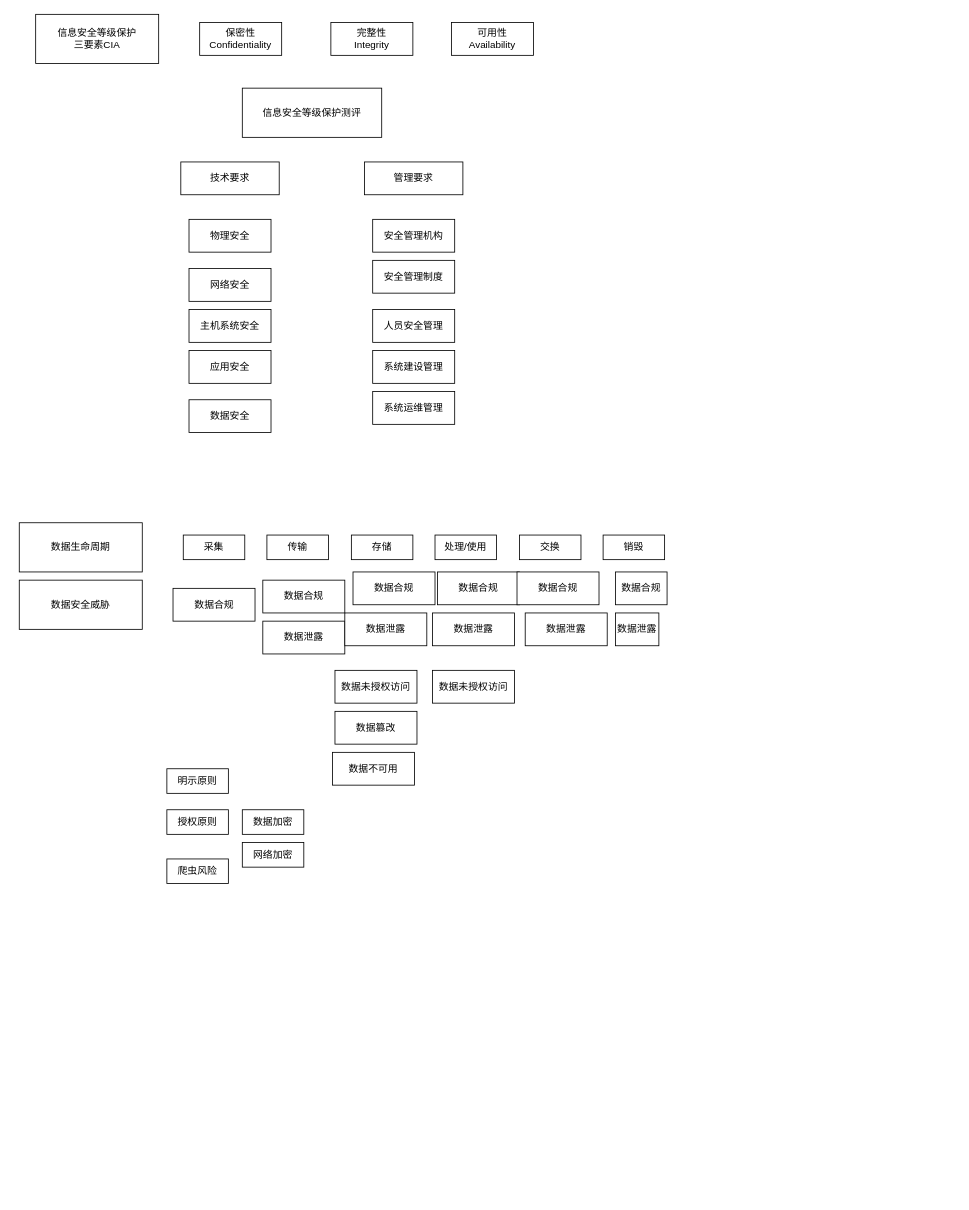
This is 数据安全.drawio from xingzhihe/hello-world, a draw.io file, before an edit. Source tidied: cells renumbered, new cells numbered last; positions are measured from the earlier drawing's top-left corner, leaving out a move shared by most shapes. Both pictures are drawn from the tidied source at 82%, with x=0, y=0 at pixel (19, 14).
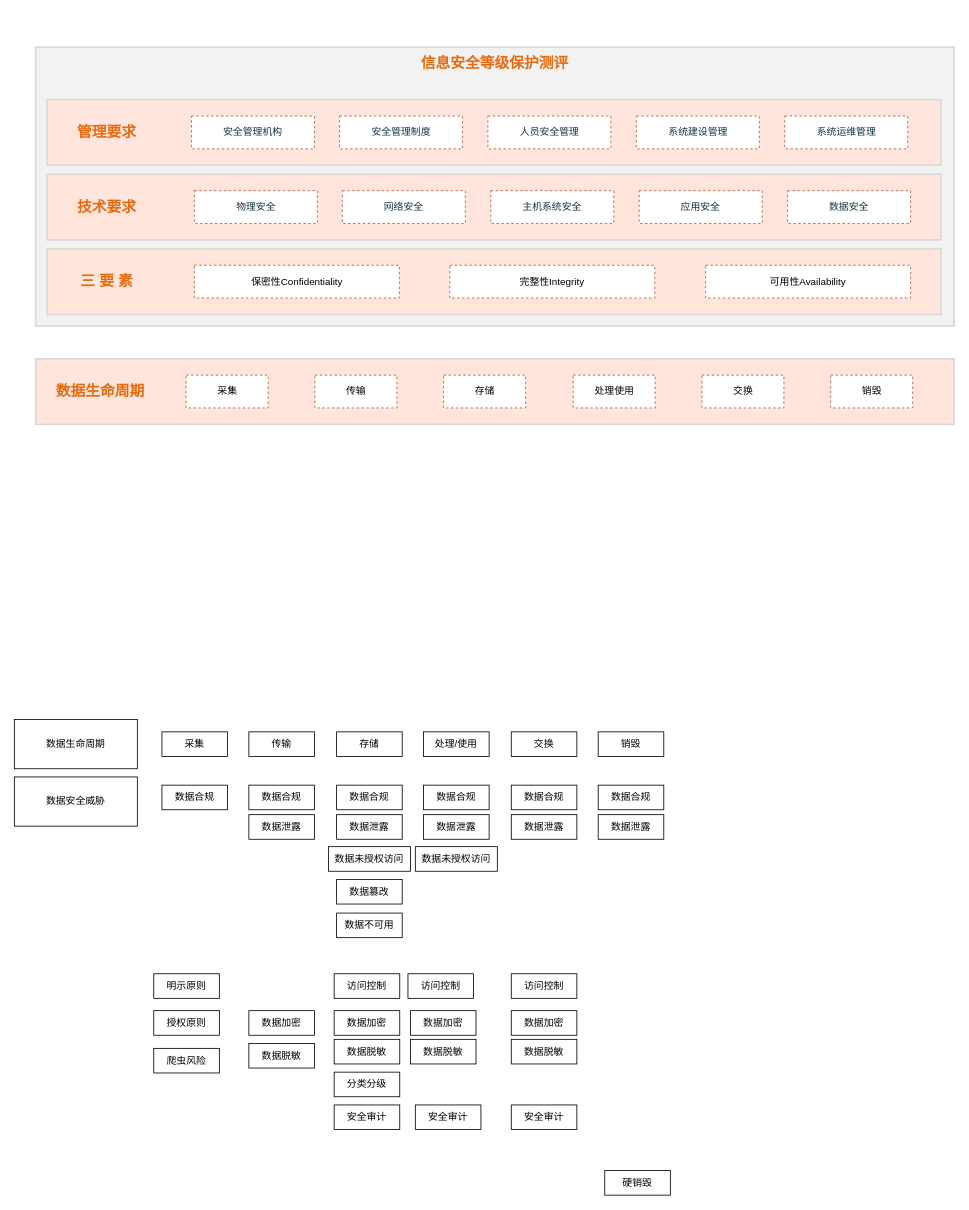
Above is the later version.

Commit message:
更新数据安全.drawio

Diff of the diagram source:
```diff
@@
+    <mxCell id="47" style="whiteSpace=wrap;html=1;fillColor=#FFE5DB;strokeColor=#D9D9D9;fontSize=18;fontStyle=1;fontColor=#143642;strokeWidth=2;" parent="1" vertex="1">
+      <mxGeometry x="20" y="420" width="1120" height="80" as="geometry" />
+    </mxCell>
+    <mxCell id="48" style="whiteSpace=wrap;html=1;fontSize=18;fontStyle=1;strokeWidth=2;fillColor=#F2F2F2;strokeColor=#D9D9D9;" parent="1" vertex="1">
+      <mxGeometry x="20" y="40" width="1120" height="340" as="geometry" />
+    </mxCell>
     <mxCell id="2" value="数据生命周期" style="rounded=0;whiteSpace=wrap;html=1;" parent="1" vertex="1">
-      <mxGeometry y="620" width="150" height="60" as="geometry" />
+      <mxGeometry x="-6" y="860" width="150" height="60" as="geometry" />
     </mxCell>
     <mxCell id="3" value="采集" style="rounded=0;whiteSpace=wrap;html=1;" parent="1" vertex="1">
-      <mxGeometry x="200" y="635" width="75" height="30" as="geometry" />
+      <mxGeometry x="174" y="875" width="80" height="30" as="geometry" />
     </mxCell>
     <mxCell id="4" value="传输" style="rounded=0;whiteSpace=wrap;html=1;" parent="1" vertex="1">
-      <mxGeometry x="302" y="635" width="75" height="30" as="geometry" />
+      <mxGeometry x="280" y="875" width="80" height="30" as="geometry" />
     </mxCell>
     <mxCell id="5" value="存储" style="rounded=0;whiteSpace=wrap;html=1;" parent="1" vertex="1">
-      <mxGeometry x="405" y="635" width="75" height="30" as="geometry" />
+      <mxGeometry x="387" y="875" width="80" height="30" as="geometry" />
     </mxCell>
     <mxCell id="6" value="处理/使用" style="rounded=0;whiteSpace=wrap;html=1;" parent="1" vertex="1">
-      <mxGeometry x="507" y="635" width="75" height="30" as="geometry" />
+      <mxGeometry x="493" y="875" width="80" height="30" as="geometry" />
     </mxCell>
     <mxCell id="7" value="交换" style="rounded=0;whiteSpace=wrap;html=1;" parent="1" vertex="1">
-      <mxGeometry x="610" y="635" width="75" height="30" as="geometry" />
+      <mxGeometry x="600" y="875" width="80" height="30" as="geometry" />
     </mxCell>
     <mxCell id="8" value="销毁" style="rounded=0;whiteSpace=wrap;html=1;" parent="1" vertex="1">
-      <mxGeometry x="712" y="635" width="75" height="30" as="geometry" />
+      <mxGeometry x="706" y="875" width="80" height="30" as="geometry" />
     </mxCell>
-    <mxCell id="9" value="信息安全等级保护&lt;br&gt;三要素CIA" style="rounded=0;whiteSpace=wrap;html=1;" parent="1" vertex="1">
-      <mxGeometry x="20" width="150" height="60" as="geometry" />
-    </mxCell>
-    <mxCell id="10" value="保密性&lt;br&gt;Confidentiality" style="rounded=0;whiteSpace=wrap;html=1;" parent="1" vertex="1">
-      <mxGeometry x="220" y="10" width="100" height="40" as="geometry" />
-    </mxCell>
-    <mxCell id="11" value="完整性&lt;br&gt;Integrity" style="rounded=0;whiteSpace=wrap;html=1;" parent="1" vertex="1">
-      <mxGeometry x="380" y="10" width="100" height="40" as="geometry" />
-    </mxCell>
-    <mxCell id="12" value="可用性&lt;br&gt;Availability" style="rounded=0;whiteSpace=wrap;html=1;" parent="1" vertex="1">
-      <mxGeometry x="527" y="10" width="100" height="40" as="geometry" />
-    </mxCell>
     <mxCell id="13" value="数据安全威胁" style="rounded=0;whiteSpace=wrap;html=1;" parent="1" vertex="1">
-      <mxGeometry y="690" width="150" height="60" as="geometry" />
+      <mxGeometry x="-6" y="930" width="150" height="60" as="geometry" />
     </mxCell>
     <mxCell id="14" value="数据合规" style="rounded=0;whiteSpace=wrap;html=1;" parent="1" vertex="1">
-      <mxGeometry x="187.5" y="700" width="100" height="40" as="geometry" />
+      <mxGeometry x="174" y="940" width="80" height="30" as="geometry" />
     </mxCell>
     <mxCell id="15" value="数据不可用" style="rounded=0;whiteSpace=wrap;html=1;" parent="1" vertex="1">
-      <mxGeometry x="382" y="900" width="100" height="40" as="geometry" />
+      <mxGeometry x="387" y="1096" width="80" height="30" as="geometry" />
     </mxCell>
     <mxCell id="16" value="数据未授权访问" style="rounded=0;whiteSpace=wrap;html=1;" parent="1" vertex="1">
-      <mxGeometry x="385" y="800" width="100" height="40" as="geometry" />
+      <mxGeometry x="377" y="1015" width="100" height="30" as="geometry" />
     </mxCell>
     <mxCell id="17" value="数据泄露" style="rounded=0;whiteSpace=wrap;html=1;" parent="1" vertex="1">
-      <mxGeometry x="297" y="740" width="100" height="40" as="geometry" />
+      <mxGeometry x="280" y="976" width="80" height="30" as="geometry" />
     </mxCell>
     <mxCell id="18" value="数据篡改" style="rounded=0;whiteSpace=wrap;html=1;" parent="1" vertex="1">
-      <mxGeometry x="385" y="850" width="100" height="40" as="geometry" />
+      <mxGeometry x="387" y="1055" width="80" height="30" as="geometry" />
     </mxCell>
     <mxCell id="19" value="数据泄露" style="rounded=0;whiteSpace=wrap;html=1;" parent="1" vertex="1">
-      <mxGeometry x="397" y="730" width="100" height="40" as="geometry" />
+      <mxGeometry x="387" y="976" width="80" height="30" as="geometry" />
     </mxCell>
     <mxCell id="20" value="数据泄露" style="rounded=0;whiteSpace=wrap;html=1;" parent="1" vertex="1">
-      <mxGeometry x="504" y="730" width="100" height="40" as="geometry" />
+      <mxGeometry x="493" y="976" width="80" height="30" as="geometry" />
     </mxCell>
     <mxCell id="21" value="数据未授权访问" style="rounded=0;whiteSpace=wrap;html=1;" parent="1" vertex="1">
-      <mxGeometry x="504" y="800" width="100" height="40" as="geometry" />
+      <mxGeometry x="483" y="1015" width="100" height="30" as="geometry" />
     </mxCell>
     <mxCell id="22" value="数据泄露" style="rounded=0;whiteSpace=wrap;html=1;" parent="1" vertex="1">
-      <mxGeometry x="617" y="730" width="100" height="40" as="geometry" />
+      <mxGeometry x="600" y="976" width="80" height="30" as="geometry" />
     </mxCell>
     <mxCell id="23" value="数据泄露" style="rounded=0;whiteSpace=wrap;html=1;" parent="1" vertex="1">
-      <mxGeometry x="727" y="730" width="53" height="40" as="geometry" />
+      <mxGeometry x="706" y="976" width="80" height="30" as="geometry" />
     </mxCell>
     <mxCell id="24" value="数据合规" style="rounded=0;whiteSpace=wrap;html=1;" parent="1" vertex="1">
-      <mxGeometry x="297" y="690" width="100" height="40" as="geometry" />
+      <mxGeometry x="280" y="940" width="80" height="30" as="geometry" />
     </mxCell>
     <mxCell id="25" value="数据合规" style="rounded=0;whiteSpace=wrap;html=1;" parent="1" vertex="1">
-      <mxGeometry x="407" y="680" width="100" height="40" as="geometry" />
+      <mxGeometry x="387" y="940" width="80" height="30" as="geometry" />
     </mxCell>
     <mxCell id="26" value="数据合规" style="rounded=0;whiteSpace=wrap;html=1;" parent="1" vertex="1">
-      <mxGeometry x="510" y="680" width="100" height="40" as="geometry" />
+      <mxGeometry x="493" y="940" width="80" height="30" as="geometry" />
     </mxCell>
     <mxCell id="27" value="数据合规" style="rounded=0;whiteSpace=wrap;html=1;" parent="1" vertex="1">
-      <mxGeometry x="607" y="680" width="100" height="40" as="geometry" />
+      <mxGeometry x="600" y="940" width="80" height="30" as="geometry" />
     </mxCell>
     <mxCell id="28" value="数据合规" style="rounded=0;whiteSpace=wrap;html=1;" parent="1" vertex="1">
-      <mxGeometry x="727" y="680" width="63" height="40" as="geometry" />
+      <mxGeometry x="706" y="940" width="80" height="30" as="geometry" />
     </mxCell>
+    <mxCell id="42" value="授权原则" style="rounded=0;whiteSpace=wrap;html=1;" parent="1" vertex="1">
+      <mxGeometry x="164" y="1215" width="80" height="30" as="geometry" />
+    </mxCell>
+    <mxCell id="43" value="明示原则" style="rounded=0;whiteSpace=wrap;html=1;" parent="1" vertex="1">
+      <mxGeometry x="164" y="1170" width="80" height="30" as="geometry" />
+    </mxCell>
+    <mxCell id="44" value="数据加密" style="rounded=0;whiteSpace=wrap;html=1;" parent="1" vertex="1">
+      <mxGeometry x="280" y="1215" width="80" height="30" as="geometry" />
+    </mxCell>
+    <mxCell id="45" value="数据脱敏" style="rounded=0;whiteSpace=wrap;html=1;" parent="1" vertex="1">
+      <mxGeometry x="280" y="1255" width="80" height="30" as="geometry" />
+    </mxCell>
+    <mxCell id="46" value="爬虫风险" style="rounded=0;whiteSpace=wrap;html=1;" parent="1" vertex="1">
+      <mxGeometry x="164" y="1261" width="80" height="30" as="geometry" />
+    </mxCell>
+    <mxCell id="49" value="数据加密" style="rounded=0;whiteSpace=wrap;html=1;" parent="1" vertex="1">
+      <mxGeometry x="384" y="1215" width="80" height="30" as="geometry" />
+    </mxCell>
+    <mxCell id="50" value="访问控制" style="rounded=0;whiteSpace=wrap;html=1;" parent="1" vertex="1">
+      <mxGeometry x="384" y="1170" width="80" height="30" as="geometry" />
+    </mxCell>
+    <mxCell id="51" value="数据脱敏" style="rounded=0;whiteSpace=wrap;html=1;" parent="1" vertex="1">
+      <mxGeometry x="384" y="1250" width="80" height="30" as="geometry" />
+    </mxCell>
+    <mxCell id="52" value="分类分级" style="rounded=0;whiteSpace=wrap;html=1;" parent="1" vertex="1">
+      <mxGeometry x="384" y="1290" width="80" height="30" as="geometry" />
+    </mxCell>
+    <mxCell id="53" value="安全审计" style="rounded=0;whiteSpace=wrap;html=1;" parent="1" vertex="1">
+      <mxGeometry x="384" y="1330" width="80" height="30" as="geometry" />
+    </mxCell>
+    <mxCell id="54" value="硬销毁" style="rounded=0;whiteSpace=wrap;html=1;" parent="1" vertex="1">
+      <mxGeometry x="714" y="1410" width="80" height="30" as="geometry" />
+    </mxCell>
+    <mxCell id="55" value="访问控制" style="rounded=0;whiteSpace=wrap;html=1;" parent="1" vertex="1">
+      <mxGeometry x="474" y="1170" width="80" height="30" as="geometry" />
+    </mxCell>
+    <mxCell id="56" value="安全审计" style="rounded=0;whiteSpace=wrap;html=1;" parent="1" vertex="1">
+      <mxGeometry x="483" y="1330" width="80" height="30" as="geometry" />
+    </mxCell>
+    <mxCell id="57" value="数据脱敏" style="rounded=0;whiteSpace=wrap;html=1;" parent="1" vertex="1">
+      <mxGeometry x="477" y="1250" width="80" height="30" as="geometry" />
+    </mxCell>
+    <mxCell id="58" value="数据加密" style="rounded=0;whiteSpace=wrap;html=1;" parent="1" vertex="1">
+      <mxGeometry x="477" y="1215" width="80" height="30" as="geometry" />
+    </mxCell>
+    <mxCell id="59" value="数据脱敏" style="rounded=0;whiteSpace=wrap;html=1;" parent="1" vertex="1">
+      <mxGeometry x="600" y="1250" width="80" height="30" as="geometry" />
+    </mxCell>
+    <mxCell id="60" value="数据加密" style="rounded=0;whiteSpace=wrap;html=1;" parent="1" vertex="1">
+      <mxGeometry x="600" y="1215" width="80" height="30" as="geometry" />
+    </mxCell>
+    <mxCell id="61" value="访问控制" style="rounded=0;whiteSpace=wrap;html=1;" parent="1" vertex="1">
+      <mxGeometry x="600" y="1170" width="80" height="30" as="geometry" />
+    </mxCell>
+    <mxCell id="62" value="安全审计" style="rounded=0;whiteSpace=wrap;html=1;" parent="1" vertex="1">
+      <mxGeometry x="600" y="1330" width="80" height="30" as="geometry" />
+    </mxCell>
-    <mxCell id="29" value="信息安全等级保护测评" style="rounded=0;whiteSpace=wrap;html=1;" parent="1" vertex="1">
-      <mxGeometry x="272" y="90" width="170" height="60" as="geometry" />
+    <mxCell id="29" value="信息安全等级保护测评" style="whiteSpace=wrap;html=1;fillColor=none;strokeColor=none;fontStyle=1;fontSize=18;fontColor=#E66B0F;" parent="1" vertex="1">
+      <mxGeometry x="461" y="40" width="238" height="40" as="geometry" />
     </mxCell>
+    <mxCell id="63" style="whiteSpace=wrap;html=1;fillColor=#FFE5DB;strokeColor=#D9D9D9;fontSize=18;fontStyle=1;fontColor=#143642;strokeWidth=2;" parent="1" vertex="1">
+      <mxGeometry x="34" y="195" width="1090" height="80" as="geometry" />
+    </mxCell>
-    <mxCell id="30" value="技术要求" style="rounded=0;whiteSpace=wrap;html=1;" parent="1" vertex="1">
-      <mxGeometry x="197" y="180" width="120" height="40" as="geometry" />
+    <mxCell id="30" value="技术要求" style="whiteSpace=wrap;html=1;fillColor=none;strokeColor=none;fontSize=18;fontStyle=1;fontColor=#E66B0F;" parent="1" vertex="1">
+      <mxGeometry x="46.5" y="215" width="120" height="40" as="geometry" />
     </mxCell>
-    <mxCell id="31" value="管理要求" style="rounded=0;whiteSpace=wrap;html=1;" parent="1" vertex="1">
-      <mxGeometry x="421" y="180" width="120" height="40" as="geometry" />
-    </mxCell>
-    <mxCell id="32" value="物理安全" style="rounded=0;whiteSpace=wrap;html=1;" parent="1" vertex="1">
-      <mxGeometry x="207" y="250" width="100" height="40" as="geometry" />
+    <mxCell id="32" value="&lt;span style=&quot;color: rgb(20 , 54 , 66)&quot;&gt;物理安全&lt;/span&gt;" style="whiteSpace=wrap;html=1;strokeColor=#BB5933;dashed=1;" parent="1" vertex="1">
+      <mxGeometry x="213.5" y="215" width="150" height="40" as="geometry" />
     </mxCell>
-    <mxCell id="33" value="网络安全" style="rounded=0;whiteSpace=wrap;html=1;" parent="1" vertex="1">
-      <mxGeometry x="207" y="310" width="100" height="40" as="geometry" />
+    <mxCell id="33" value="&lt;span style=&quot;color: rgb(20 , 54 , 66)&quot;&gt;网络安全&lt;/span&gt;" style="whiteSpace=wrap;html=1;strokeColor=#BB5933;dashed=1;" parent="1" vertex="1">
+      <mxGeometry x="394" y="215" width="150" height="40" as="geometry" />
     </mxCell>
-    <mxCell id="34" value="主机系统安全" style="rounded=0;whiteSpace=wrap;html=1;" parent="1" vertex="1">
-      <mxGeometry x="207" y="360" width="100" height="40" as="geometry" />
+    <mxCell id="34" value="&lt;span style=&quot;color: rgb(20 , 54 , 66)&quot;&gt;主机系统安全&lt;/span&gt;" style="whiteSpace=wrap;html=1;strokeColor=#BB5933;dashed=1;" parent="1" vertex="1">
+      <mxGeometry x="575" y="215" width="150" height="40" as="geometry" />
     </mxCell>
-    <mxCell id="35" value="应用安全" style="rounded=0;whiteSpace=wrap;html=1;" parent="1" vertex="1">
-      <mxGeometry x="207" y="410" width="100" height="40" as="geometry" />
+    <mxCell id="35" value="&lt;span style=&quot;color: rgb(20 , 54 , 66)&quot;&gt;应用安全&lt;/span&gt;" style="whiteSpace=wrap;html=1;strokeColor=#BB5933;dashed=1;" parent="1" vertex="1">
+      <mxGeometry x="756" y="215" width="150" height="40" as="geometry" />
     </mxCell>
-    <mxCell id="36" value="数据安全" style="rounded=0;whiteSpace=wrap;html=1;" parent="1" vertex="1">
-      <mxGeometry x="207" y="470" width="100" height="40" as="geometry" />
+    <mxCell id="36" value="&lt;span style=&quot;color: rgb(20 , 54 , 66)&quot;&gt;数据安全&lt;/span&gt;" style="whiteSpace=wrap;html=1;strokeColor=#BB5933;dashed=1;" parent="1" vertex="1">
+      <mxGeometry x="937" y="215" width="150" height="40" as="geometry" />
     </mxCell>
+    <mxCell id="64" value="数据生命周期" style="whiteSpace=wrap;html=1;fillColor=none;strokeColor=none;fontSize=18;fontStyle=1;fontColor=#E66B0F;" parent="1" vertex="1">
+      <mxGeometry x="39" y="440" width="120" height="40" as="geometry" />
+    </mxCell>
+    <mxCell id="65" value="采集" style="whiteSpace=wrap;html=1;strokeColor=#BB5933;dashed=1;" parent="1" vertex="1">
+      <mxGeometry x="203.5" y="440" width="100" height="40" as="geometry" />
+    </mxCell>
+    <mxCell id="66" value="传输" style="whiteSpace=wrap;html=1;strokeColor=#BB5933;dashed=1;" parent="1" vertex="1">
+      <mxGeometry x="360.5" y="440" width="100" height="40" as="geometry" />
+    </mxCell>
+    <mxCell id="67" value="存储" style="whiteSpace=wrap;html=1;strokeColor=#BB5933;dashed=1;" parent="1" vertex="1">
+      <mxGeometry x="517.5" y="440" width="100" height="40" as="geometry" />
+    </mxCell>
+    <mxCell id="68" value="处理使用" style="whiteSpace=wrap;html=1;strokeColor=#BB5933;dashed=1;" parent="1" vertex="1">
+      <mxGeometry x="675.5" y="440" width="100" height="40" as="geometry" />
+    </mxCell>
+    <mxCell id="69" value="交换" style="whiteSpace=wrap;html=1;strokeColor=#BB5933;dashed=1;" parent="1" vertex="1">
+      <mxGeometry x="832.5" y="440" width="100" height="40" as="geometry" />
+    </mxCell>
+    <mxCell id="70" value="销毁" style="whiteSpace=wrap;html=1;strokeColor=#BB5933;dashed=1;" parent="1" vertex="1">
+      <mxGeometry x="989.5" y="440" width="100" height="40" as="geometry" />
+    </mxCell>
+    <mxCell id="71" style="whiteSpace=wrap;html=1;fillColor=#FFE5DB;strokeColor=#D9D9D9;fontSize=18;fontStyle=1;fontColor=#143642;strokeWidth=2;" parent="1" vertex="1">
+      <mxGeometry x="34" y="104" width="1090" height="80" as="geometry" />
+    </mxCell>
+    <mxCell id="31" value="管理要求" style="whiteSpace=wrap;html=1;fillColor=none;strokeColor=none;fontSize=18;fontStyle=1;fontColor=#E66B0F;" parent="1" vertex="1">
+      <mxGeometry x="46.5" y="124" width="120" height="40" as="geometry" />
+    </mxCell>
-    <mxCell id="37" value="安全管理机构" style="rounded=0;whiteSpace=wrap;html=1;" parent="1" vertex="1">
-      <mxGeometry x="431" y="250" width="100" height="40" as="geometry" />
+    <mxCell id="37" value="&lt;span style=&quot;color: rgb(20 , 54 , 66)&quot;&gt;安全管理机构&lt;/span&gt;" style="whiteSpace=wrap;html=1;strokeColor=#BB5933;dashed=1;" parent="1" vertex="1">
+      <mxGeometry x="210" y="124" width="150" height="40" as="geometry" />
     </mxCell>
-    <mxCell id="38" value="安全管理制度" style="rounded=0;whiteSpace=wrap;html=1;" parent="1" vertex="1">
-      <mxGeometry x="431" y="300" width="100" height="40" as="geometry" />
+    <mxCell id="38" value="&lt;span style=&quot;color: rgb(20 , 54 , 66)&quot;&gt;安全管理制度&lt;/span&gt;" style="whiteSpace=wrap;html=1;strokeColor=#BB5933;dashed=1;" parent="1" vertex="1">
+      <mxGeometry x="390.5" y="124" width="150" height="40" as="geometry" />
     </mxCell>
-    <mxCell id="39" value="人员安全管理" style="rounded=0;whiteSpace=wrap;html=1;" parent="1" vertex="1">
-      <mxGeometry x="431" y="360" width="100" height="40" as="geometry" />
+    <mxCell id="39" value="&lt;span style=&quot;color: rgb(20 , 54 , 66)&quot;&gt;人员安全管理&lt;/span&gt;" style="whiteSpace=wrap;html=1;strokeColor=#BB5933;dashed=1;" parent="1" vertex="1">
+      <mxGeometry x="571.5" y="124" width="150" height="40" as="geometry" />
     </mxCell>
-    <mxCell id="40" value="系统建设管理" style="rounded=0;whiteSpace=wrap;html=1;" parent="1" vertex="1">
-      <mxGeometry x="431" y="410" width="100" height="40" as="geometry" />
+    <mxCell id="40" value="&lt;span style=&quot;color: rgb(20 , 54 , 66)&quot;&gt;系统建设管理&lt;/span&gt;" style="whiteSpace=wrap;html=1;strokeColor=#BB5933;dashed=1;" parent="1" vertex="1">
+      <mxGeometry x="752.5" y="124" width="150" height="40" as="geometry" />
     </mxCell>
-    <mxCell id="41" value="系统运维管理" style="rounded=0;whiteSpace=wrap;html=1;" parent="1" vertex="1">
-      <mxGeometry x="431" y="460" width="100" height="40" as="geometry" />
+    <mxCell id="41" value="&lt;span style=&quot;color: rgb(20 , 54 , 66)&quot;&gt;系统运维管理&lt;/span&gt;" style="whiteSpace=wrap;html=1;strokeColor=#BB5933;dashed=1;" parent="1" vertex="1">
+      <mxGeometry x="933.5" y="124" width="150" height="40" as="geometry" />
     </mxCell>
-    <mxCell id="42" value="授权原则" style="rounded=0;whiteSpace=wrap;html=1;" parent="1" vertex="1">
-      <mxGeometry x="180" y="970" width="75" height="30" as="geometry" />
-    </mxCell>
-    <mxCell id="43" value="明示原则" style="rounded=0;whiteSpace=wrap;html=1;" parent="1" vertex="1">
-      <mxGeometry x="180" y="920" width="75" height="30" as="geometry" />
-    </mxCell>
-    <mxCell id="44" value="数据加密" style="rounded=0;whiteSpace=wrap;html=1;" parent="1" vertex="1">
-      <mxGeometry x="272" y="970" width="75" height="30" as="geometry" />
-    </mxCell>
-    <mxCell id="45" value="网络加密" style="rounded=0;whiteSpace=wrap;html=1;" parent="1" vertex="1">
-      <mxGeometry x="272" y="1010" width="75" height="30" as="geometry" />
-    </mxCell>
-    <mxCell id="46" value="爬虫风险" style="rounded=0;whiteSpace=wrap;html=1;" parent="1" vertex="1">
-      <mxGeometry x="180" y="1030" width="75" height="30" as="geometry" />
-    </mxCell>
+    <mxCell id="72" style="whiteSpace=wrap;html=1;fillColor=#FFE5DB;strokeColor=#D9D9D9;fontSize=18;fontStyle=1;fontColor=#143642;strokeWidth=2;" parent="1" vertex="1">
+      <mxGeometry x="34" y="286" width="1090" height="80" as="geometry" />
+    </mxCell>
+    <mxCell id="73" value="三 要 素" style="whiteSpace=wrap;html=1;fillColor=none;strokeColor=none;fontSize=18;fontStyle=1;fontColor=#E66B0F;" parent="1" vertex="1">
+      <mxGeometry x="46.5" y="306" width="120" height="40" as="geometry" />
+    </mxCell>
+    <mxCell id="74" value="保密性Confidentiality" style="whiteSpace=wrap;html=1;strokeColor=#BB5933;dashed=1;" parent="1" vertex="1">
+      <mxGeometry x="213.5" y="306" width="250" height="40" as="geometry" />
+    </mxCell>
+    <mxCell id="75" value="完整性Integrity" style="whiteSpace=wrap;html=1;strokeColor=#BB5933;dashed=1;" parent="1" vertex="1">
+      <mxGeometry x="525" y="306" width="250" height="40" as="geometry" />
+    </mxCell>
+    <mxCell id="76" value="可用性Availability" style="whiteSpace=wrap;html=1;strokeColor=#BB5933;dashed=1;" parent="1" vertex="1">
+      <mxGeometry x="837" y="306" width="250" height="40" as="geometry" />
+    </mxCell>
```
